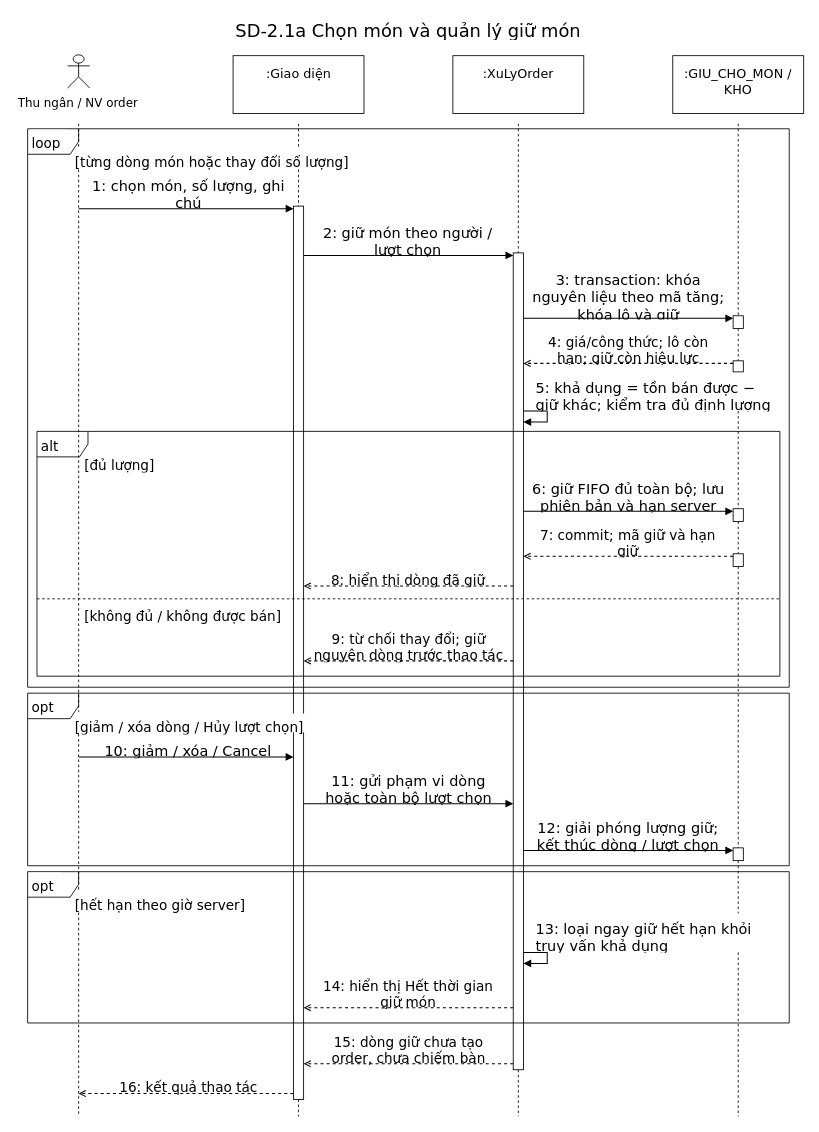
This is page "SD-2.1a. Chọn món và quản lý giữ món" (9 of 35) of docs/SequenceDiagram_HeThongQuanLyNhaHang.drawio from nminhzzz/restaurant-management-ai, a draw.io file, before an edit. Source tidied: cells renumbered, new cells numbered last; positions are measured from the earlier drawing's top-left corner, leaving out a move shared by most shapes. Both pictures are drawn from the tidied source at 85%, with x=0, y=0 at pixel (14, 14).
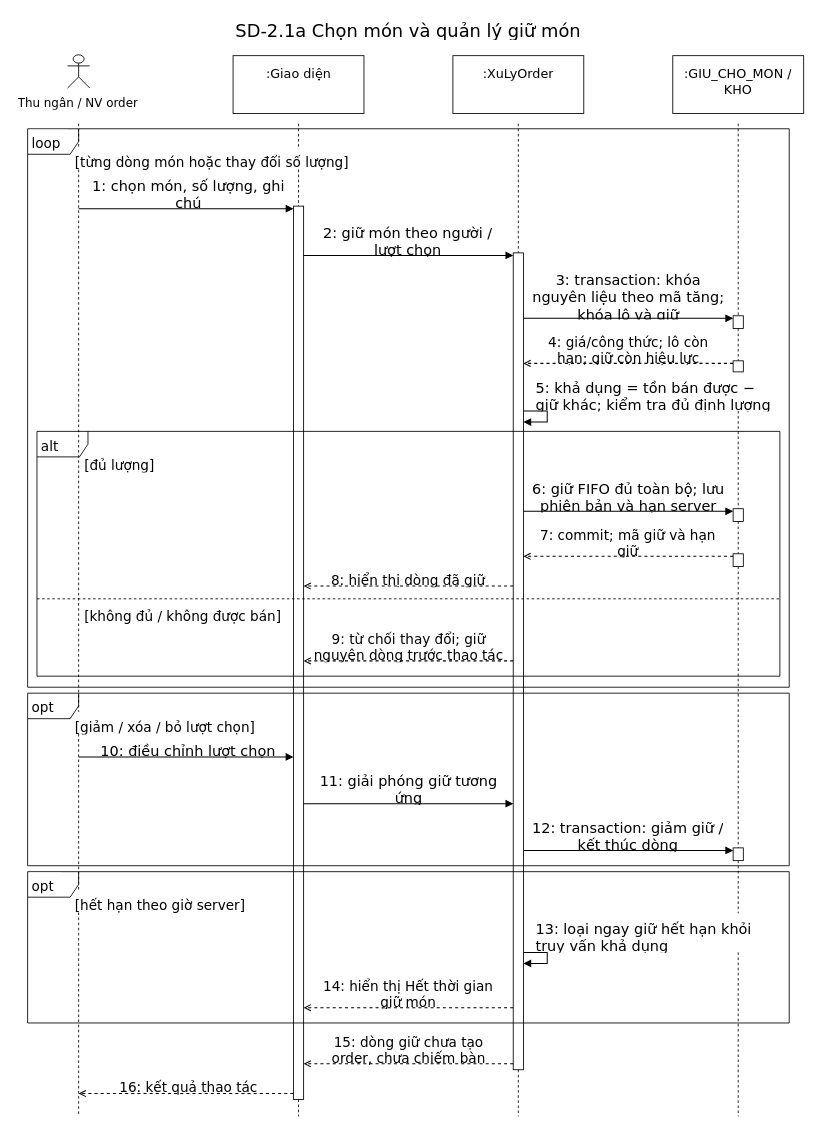
The same diagram, later.

The edit, as a diff of the source:
```diff
@@
-    <mxCell id="60" value="[giảm / xóa dòng / Hủy lượt chọn]" style="text;html=0;align=left;verticalAlign=top;whiteSpace=wrap;overflow=hidden;fontFamily=DejaVu Sans;fontSize=16;fontColor=#000000;fillColor=#FFFFFF;spacing=2;" parent="1" vertex="1">
-      <mxGeometry x="70" y="822" width="420" height="22" as="geometry" />
+    <mxCell id="60" value="[giảm / xóa / bỏ lượt chọn]" style="text;html=0;align=left;verticalAlign=top;whiteSpace=wrap;overflow=hidden;fontFamily=DejaVu Sans;fontSize=16;fontColor=#000000;fillColor=#FFFFFF;spacing=2;" parent="1" vertex="1">
+      <mxGeometry x="70" y="822" width="222" height="22" as="geometry" />
     </mxCell>
-    <mxCell id="61" value="10: giảm / xóa / Cancel" style="text;html=0;align=center;verticalAlign=top;whiteSpace=wrap;overflow=hidden;fontFamily=DejaVu Sans;fontSize=17;fontColor=#000000;fillColor=#FFFFFF;spacing=2;" parent="1" vertex="1">
+    <mxCell id="61" value="10: điều chỉnh lượt chọn" style="text;html=0;align=center;verticalAlign=top;whiteSpace=wrap;overflow=hidden;fontFamily=DejaVu Sans;fontSize=17;fontColor=#000000;fillColor=#FFFFFF;spacing=2;" parent="1" vertex="1">
       <mxGeometry x="97.3" y="849" width="216" height="23" as="geometry" />
     </mxCell>
@@
-    <mxCell id="63" value="11: gửi phạm vi dòng&#10;hoặc toàn bộ lượt chọn" style="text;html=0;align=center;verticalAlign=top;whiteSpace=wrap;overflow=hidden;fontFamily=DejaVu Sans;fontSize=17;fontColor=#000000;fillColor=#FFFFFF;spacing=2;" parent="1" vertex="1">
+    <mxCell id="63" value="11: giải phóng giữ tương&#10;ứng" style="text;html=0;align=center;verticalAlign=top;whiteSpace=wrap;overflow=hidden;fontFamily=DejaVu Sans;fontSize=17;fontColor=#000000;fillColor=#FFFFFF;spacing=2;" parent="1" vertex="1">
       <mxGeometry x="354.5" y="885" width="218.9" height="42" as="geometry" />
     </mxCell>
@@
-    <mxCell id="65" value="12: giải phóng lượng giữ;&#10;kết thúc dòng / lượt chọn" style="text;html=0;align=center;verticalAlign=top;whiteSpace=wrap;overflow=hidden;fontFamily=DejaVu Sans;fontSize=17;fontColor=#000000;fillColor=#FFFFFF;spacing=2;" parent="1" vertex="1">
+    <mxCell id="65" value="12: transaction: giảm giữ /&#10;kết thúc dòng" style="text;html=0;align=center;verticalAlign=top;whiteSpace=wrap;overflow=hidden;fontFamily=DejaVu Sans;fontSize=17;fontColor=#000000;fillColor=#FFFFFF;spacing=2;" parent="1" vertex="1">
       <mxGeometry x="605" y="940" width="235.3" height="42" as="geometry" />
     </mxCell>
```
